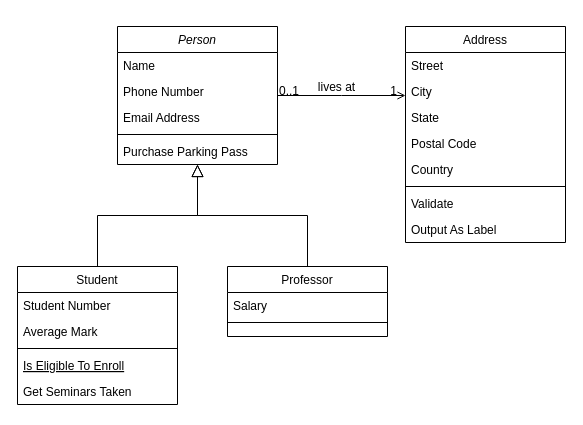
Before: UML.drawio in jgy2808/TERM_Project, a draw.io diagram. Source tidied: cells renumbered, new cells numbered last; positions are measured from the earlier drawing's top-left corner, leaving out a move shared by most shapes. Both pictures are drawn from the tidied source at 100%, with x=0, y=0 at pixel (17, 26).
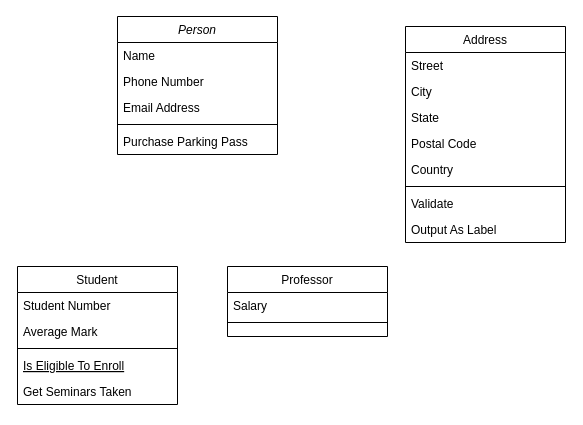
The same page after the edit.

Unchanged cells that the change refers to:
```xml
<mxCell id="8" value="Student" style="swimlane;fontStyle=0;align=center;verticalAlign=top;horizontal=1;startSize=26;rounded=0;shadow=0;strokeWidth=1;" parent="1" vertex="1">
  <mxGeometry y="240" width="160" height="138" as="geometry" />
</mxCell>
<mxCell id="15" value="Professor" style="swimlane;fontStyle=0;align=center;verticalAlign=top;horizontal=1;startSize=26;rounded=0;shadow=0;strokeWidth=1;" parent="1" vertex="1">
  <mxGeometry x="210" y="240" width="160" height="70" as="geometry" />
</mxCell>
<mxCell id="19" value="Address" style="swimlane;fontStyle=0;align=center;verticalAlign=top;horizontal=1;startSize=26;rounded=0;shadow=0;strokeWidth=1;" parent="1" vertex="1">
  <mxGeometry x="388" width="160" height="216" as="geometry" />
</mxCell>
```

The edit, as a diff of the source:
```diff
@@
     <mxCell id="2" value="Person" style="swimlane;fontStyle=2;align=center;verticalAlign=top;horizontal=1;startSize=26;rounded=0;shadow=0;strokeWidth=1;" parent="1" vertex="1">
-      <mxGeometry x="100" width="160" height="138" as="geometry" />
+      <mxGeometry x="100" y="-10" width="160" height="138" as="geometry" />
     </mxCell>
@@
-    <mxCell id="14" style="endArrow=block;endSize=10;endFill=0;shadow=0;strokeWidth=1;rounded=0;edgeStyle=elbowEdgeStyle;elbow=vertical;" parent="1" edge="1" source="8" target="2">
-      <mxGeometry relative="1" as="geometry" />
-    </mxCell>
@@
-    <mxCell id="18" style="endArrow=block;endSize=10;endFill=0;shadow=0;strokeWidth=1;rounded=0;edgeStyle=elbowEdgeStyle;elbow=vertical;" parent="1" edge="1" source="15" target="2">
-      <mxGeometry relative="1" as="geometry" />
-    </mxCell>
@@
-    <mxCell id="28" style="endArrow=open;shadow=0;strokeWidth=1;rounded=0;endFill=1;edgeStyle=elbowEdgeStyle;elbow=vertical;" parent="1" edge="1" source="2" target="19">
-      <mxGeometry x="0.5" y="41" relative="1" as="geometry">
-        <mxPoint x="-40" y="32" as="offset" />
-      </mxGeometry>
-    </mxCell>
-    <mxCell id="29" value="0..1" style="align=left;verticalAlign=bottom;labelBackgroundColor=none;fontSize=12;" parent="28" vertex="1">
-      <mxGeometry x="-1" relative="1" as="geometry">
-        <mxPoint y="4" as="offset" />
-      </mxGeometry>
-    </mxCell>
-    <mxCell id="30" value="1" style="align=right;verticalAlign=bottom;labelBackgroundColor=none;fontSize=12;" parent="28" vertex="1">
-      <mxGeometry x="1" relative="1" as="geometry">
-        <mxPoint x="-7" y="4" as="offset" />
-      </mxGeometry>
-    </mxCell>
-    <mxCell id="31" value="lives at" style="text;html=1;align=center;verticalAlign=middle;labelBackgroundColor=none;rounded=0;shadow=0;strokeWidth=1;fontSize=12;" parent="28" vertex="1">
-      <mxGeometry x="0.5" y="49" relative="1" as="geometry">
-        <mxPoint x="-38" y="40" as="offset" />
-      </mxGeometry>
-    </mxCell>
```
